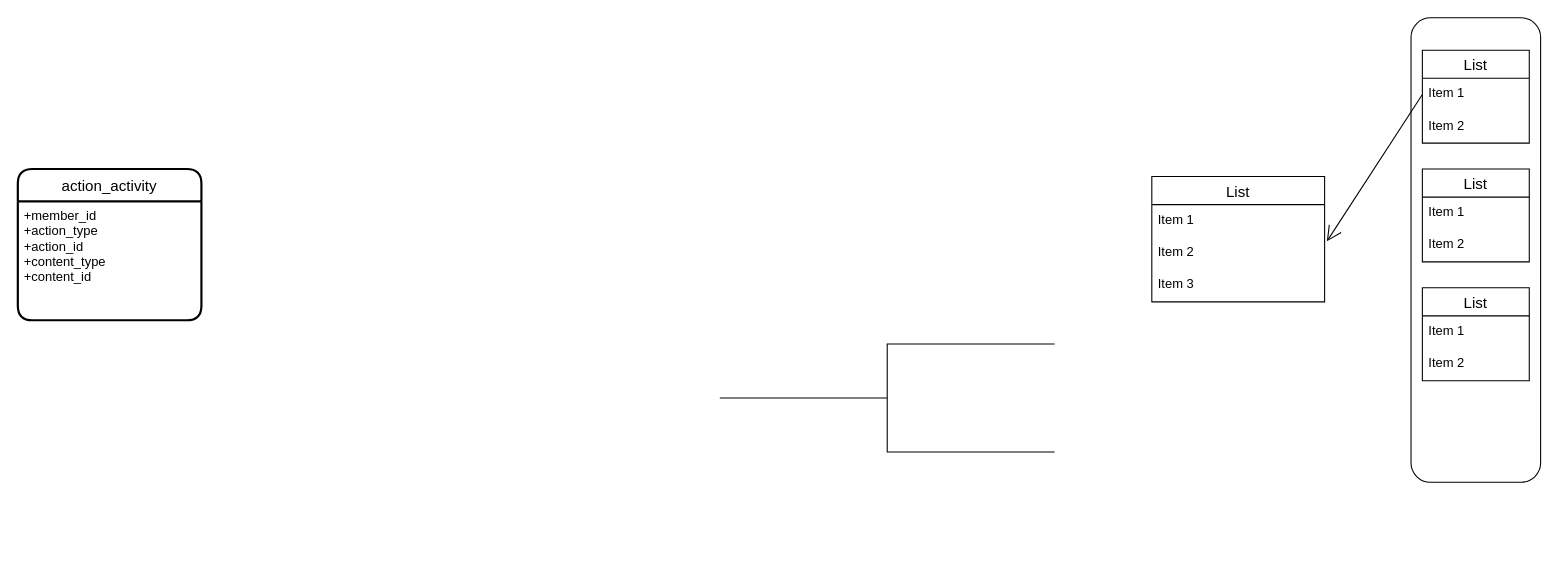
lnn1988/draw.io keeps this draw.io diagram as Untitled Diagram.drawio. Above is the earlier version. Source tidied: cells renumbered, new cells numbered last; positions are measured from the earlier drawing's top-left corner, leaving out a move shared by most shapes. Both pictures are drawn from the tidied source at 108%, with x=0, y=0 at pixel (17, 17).
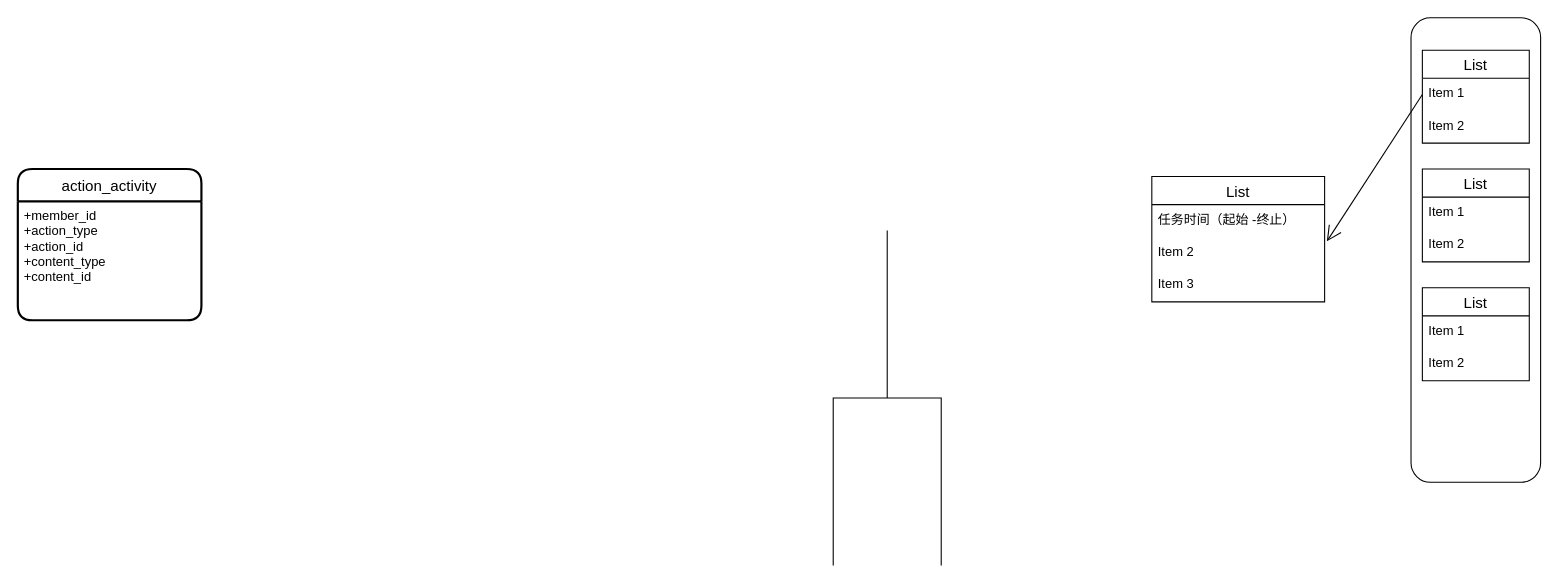
The same diagram, later.

What changed in the source:
```diff
@@
 <mxGraphModel>
   <root>
     <mxCell id="0" />
     <mxCell id="1" parent="0" />
     <mxCell id="2" style="rounded=1;whiteSpace=wrap;html=1;" parent="1" vertex="1">
       <mxGeometry x="1290" width="120" height="430" as="geometry" />
     </mxCell>
     <mxCell id="3" value="List" style="swimlane;fontStyle=0;horizontal=1;startSize=26;align=center;fontSize=14;" parent="1" vertex="1">
       <mxGeometry x="1300.5" y="30" width="99" height="86" as="geometry" />
     </mxCell>
     <mxCell id="4" value="Item 1" style="text;strokeColor=none;fillColor=none;spacingLeft=4;spacingRight=4;overflow=hidden;points=[[0,0.5],[1,0.5]];portConstraint=eastwest;fontSize=12;" parent="3" vertex="1">
       <mxGeometry y="26" width="99" height="30" as="geometry" />
     </mxCell>
     <mxCell id="5" value="Item 2" style="text;strokeColor=none;fillColor=none;spacingLeft=4;spacingRight=4;overflow=hidden;fontSize=12;" parent="3" vertex="1">
       <mxGeometry y="56" width="99" height="30" as="geometry" />
     </mxCell>
     <mxCell id="6" value="List" style="swimlane;fontStyle=0;horizontal=1;startSize=26;align=center;fontSize=14;" parent="1" vertex="1">
       <mxGeometry x="1300.5" y="140" width="99" height="86" as="geometry" />
     </mxCell>
     <mxCell id="7" value="Item 1" style="text;strokeColor=none;fillColor=none;spacingLeft=4;spacingRight=4;overflow=hidden;fontSize=12;" parent="6" vertex="1">
       <mxGeometry y="26" width="99" height="30" as="geometry" />
     </mxCell>
     <mxCell id="8" value="Item 2" style="text;strokeColor=none;fillColor=none;spacingLeft=4;spacingRight=4;overflow=hidden;fontSize=12;" parent="6" vertex="1">
       <mxGeometry y="56" width="99" height="30" as="geometry" />
     </mxCell>
     <mxCell id="9" value="List" style="swimlane;fontStyle=0;horizontal=1;startSize=26;align=center;fontSize=14;" parent="1" vertex="1">
       <mxGeometry x="1300.5" y="250" width="99" height="86" as="geometry" />
     </mxCell>
     <mxCell id="10" value="Item 1" style="text;strokeColor=none;fillColor=none;spacingLeft=4;spacingRight=4;overflow=hidden;fontSize=12;" parent="9" vertex="1">
       <mxGeometry y="26" width="99" height="30" as="geometry" />
     </mxCell>
     <mxCell id="11" value="Item 2" style="text;strokeColor=none;fillColor=none;spacingLeft=4;spacingRight=4;overflow=hidden;fontSize=12;" parent="9" vertex="1">
       <mxGeometry y="56" width="99" height="30" as="geometry" />
     </mxCell>
     <mxCell id="12" value="List" style="swimlane;fontStyle=0;horizontal=1;startSize=26;align=center;fontSize=14;" parent="1" vertex="1">
       <mxGeometry x="1050" y="147" width="160" height="116" as="geometry" />
     </mxCell>
-    <mxCell id="13" value="Item 1" style="text;strokeColor=none;fillColor=none;spacingLeft=4;spacingRight=4;overflow=hidden;fontSize=12;" parent="12" vertex="1">
+    <mxCell id="13" value="任务时间（起始 -终止）" style="text;strokeColor=none;fillColor=none;spacingLeft=4;spacingRight=4;overflow=hidden;fontSize=12;" parent="12" vertex="1">
       <mxGeometry y="26" width="160" height="30" as="geometry" />
     </mxCell>
     <mxCell id="14" value="Item 2" style="text;strokeColor=none;fillColor=none;spacingLeft=4;spacingRight=4;overflow=hidden;points=[[0,0.5],[1,0.5]];portConstraint=eastwest;fontSize=12;" parent="12" vertex="1">
       <mxGeometry y="56" width="160" height="30" as="geometry" />
     </mxCell>
     <mxCell id="15" value="Item 3" style="text;strokeColor=none;fillColor=none;spacingLeft=4;spacingRight=4;overflow=hidden;fontSize=12;" parent="12" vertex="1">
       <mxGeometry y="86" width="160" height="30" as="geometry" />
     </mxCell>
     <mxCell id="16" style="endArrow=open;endFill=1;endSize=12;html=1;exitX=0;exitY=0.5;exitDx=0;exitDy=0;entryX=1.013;entryY=0.133;entryDx=0;entryDy=0;entryPerimeter=0;" parent="1" edge="1" source="4" target="14">
       <mxGeometry relative="1" as="geometry" />
     </mxCell>
     <mxCell id="17" value="action_activity" style="swimlane;horizontal=1;startSize=30;rounded=1;fontSize=14;fontStyle=0;strokeWidth=2;shadow=0;dashed=0;align=center;" parent="1" vertex="1">
       <mxGeometry y="140" width="170" height="140" as="geometry" />
     </mxCell>
     <mxCell id="18" value="+member_id&#10;+action_type&#10;+action_id&#10;+content_type&#10;+content_id" style="align=left;strokeColor=none;fillColor=none;spacingLeft=4;fontSize=12;verticalAlign=top;" parent="17" vertex="1">
       <mxGeometry y="30" width="170" height="110" as="geometry" />
     </mxCell>
-    <mxCell id="19" style="html=1;shape=mxgraph.flowchart.annotation_2;align=left;labelPosition=right;" parent="1" vertex="1">
-      <mxGeometry x="650" y="302" width="310" height="100" as="geometry" />
+    <mxCell id="19" style="html=1;shape=mxgraph.flowchart.annotation_2;align=left;labelPosition=right;direction=south;" parent="1" vertex="1">
+      <mxGeometry x="755" y="197" width="100" height="310" as="geometry" />
     </mxCell>
   </root>
 </mxGraphModel>
```
